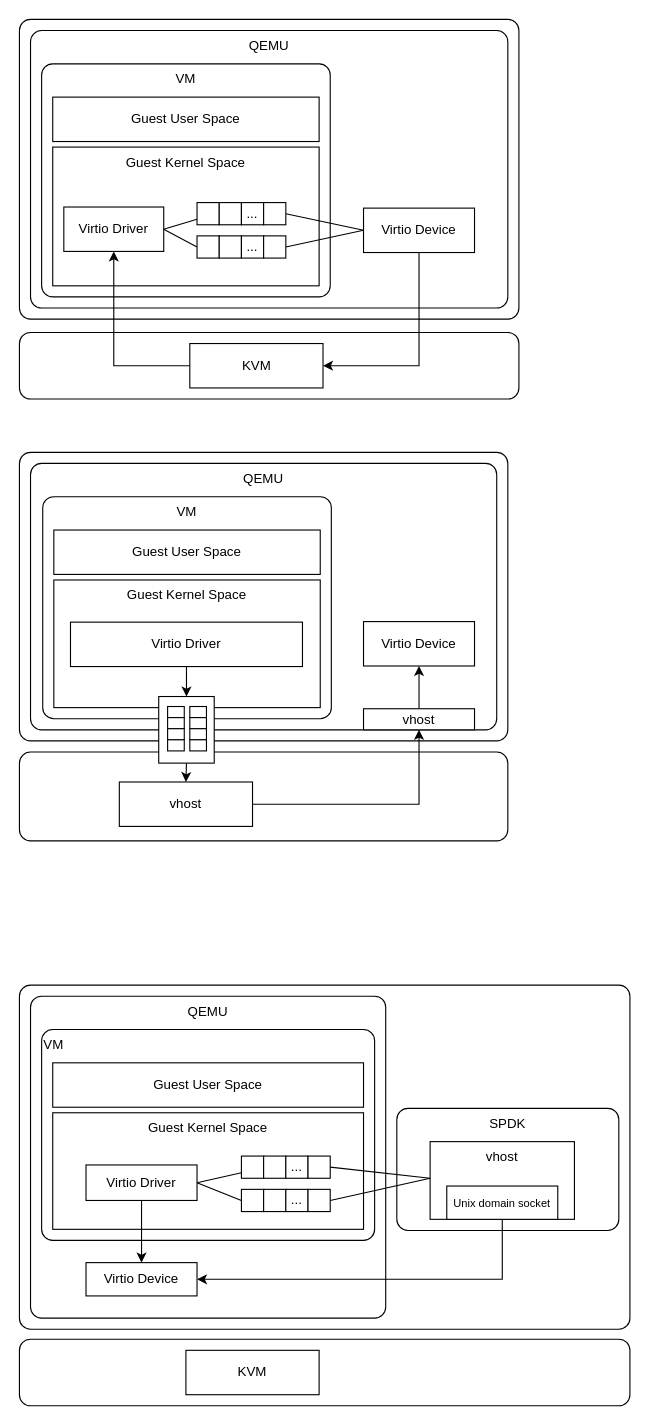
Above: page "vhost" (4 of 4) of virtio.drawio in Aspiresky/draw.io (draw.io), before the change. Source tidied: cells renumbered, new cells numbered last; positions are measured from the earlier drawing's top-left corner, leaving out a move shared by most shapes. Both pictures are drawn from the tidied source at 111%, with x=0, y=0 at pixel (19, 19).
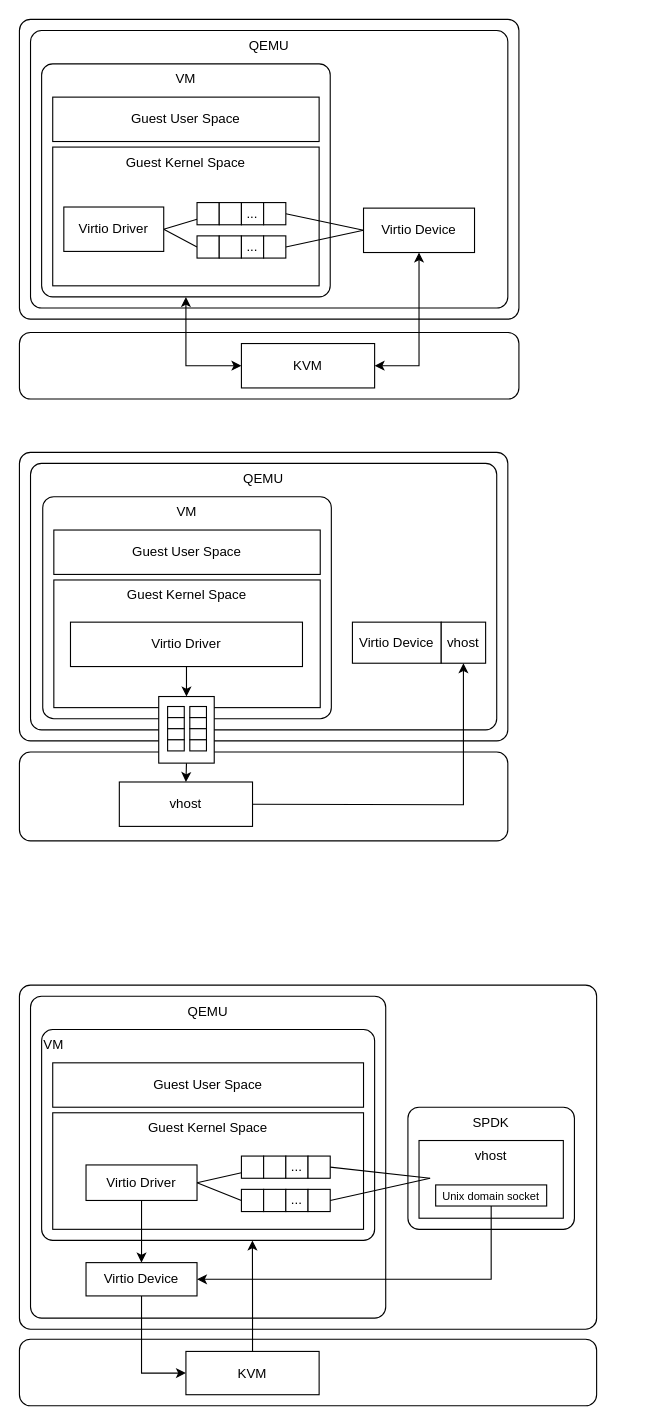
The same page after the edit.

Unchanged cells that the change refers to:
```xml
<mxCell id="6" value="VM" style="rounded=1;whiteSpace=wrap;html=1;absoluteArcSize=1;align=center;verticalAlign=top;" parent="1" vertex="1">
  <mxGeometry x="20" y="40" width="260" height="210" as="geometry" />
</mxCell>
<mxCell id="11" value="Virtio Driver" style="rounded=0;whiteSpace=wrap;html=1;align=center;" parent="1" vertex="1">
  <mxGeometry x="40" y="169" width="90" height="40" as="geometry" />
</mxCell>
<mxCell id="22" value="Virtio Device" style="rounded=0;whiteSpace=wrap;html=1;" parent="1" vertex="1">
  <mxGeometry x="310" y="170" width="100" height="40" as="geometry" />
</mxCell>
<mxCell id="29" value="VM" style="rounded=1;whiteSpace=wrap;html=1;absoluteArcSize=1;align=left;verticalAlign=top;" parent="1" vertex="1">
  <mxGeometry x="20" y="910" width="300" height="190" as="geometry" />
</mxCell>
<mxCell id="44" value="Virtio Device" style="rounded=0;whiteSpace=wrap;html=1;" parent="1" vertex="1">
  <mxGeometry x="60" y="1120" width="100" height="30" as="geometry" />
</mxCell>
<mxCell id="54" value="vhost" style="rounded=0;whiteSpace=wrap;html=1;" parent="1" vertex="1">
  <mxGeometry x="90" y="687" width="120" height="40" as="geometry" />
</mxCell>
```

The edit, as a diff of the source:
```diff
@@
     <mxCell id="2" style="rounded=1;whiteSpace=wrap;html=1;absoluteArcSize=1;" parent="1" vertex="1">
-      <mxGeometry y="1189" width="550" height="60" as="geometry" />
+      <mxGeometry y="1189" width="520" height="60" as="geometry" />
     </mxCell>
     <mxCell id="3" value="KVM" style="rounded=0;whiteSpace=wrap;html=1;" parent="1" vertex="1">
-      <mxGeometry x="150" y="1199" width="120" height="40" as="geometry" />
+      <mxGeometry x="150" y="1200" width="120" height="39" as="geometry" />
     </mxCell>
@@
-    <mxCell id="24" style="edgeStyle=orthogonalEdgeStyle;rounded=0;jettySize=auto;html=1;exitX=0;exitY=0.5;exitDx=0;exitDy=0;entryX=0.5;entryY=1;entryDx=0;entryDy=0;" parent="1" edge="1" source="25" target="11">
+    <mxCell id="24" style="edgeStyle=orthogonalEdgeStyle;rounded=0;jettySize=auto;html=1;exitX=0;exitY=0.5;exitDx=0;exitDy=0;entryX=0.5;entryY=1;entryDx=0;entryDy=0;startArrow=classic;startFill=1;" parent="1" edge="1" source="25" target="6">
       <mxGeometry relative="1" as="geometry" />
     </mxCell>
     <mxCell id="25" value="KVM" style="rounded=0;whiteSpace=wrap;html=1;" parent="1" vertex="1">
-      <mxGeometry x="153.5" y="292" width="120" height="40" as="geometry" />
+      <mxGeometry x="200" y="292" width="120" height="40" as="geometry" />
     </mxCell>
-    <mxCell id="26" style="edgeStyle=orthogonalEdgeStyle;rounded=0;jettySize=auto;html=1;exitX=0.5;exitY=1;exitDx=0;exitDy=0;entryX=1;entryY=0.5;entryDx=0;entryDy=0;" parent="1" edge="1" source="22" target="25">
+    <mxCell id="26" style="edgeStyle=orthogonalEdgeStyle;rounded=0;jettySize=auto;html=1;exitX=0.5;exitY=1;exitDx=0;exitDy=0;entryX=1;entryY=0.5;entryDx=0;entryDy=0;startArrow=classic;startFill=1;" parent="1" edge="1" source="22" target="25">
       <mxGeometry relative="1" as="geometry">
         <Array as="points">
           <mxPoint x="360" y="312" />
         </Array>
       </mxGeometry>
     </mxCell>
     <mxCell id="27" style="rounded=1;whiteSpace=wrap;html=1;absoluteArcSize=1;" parent="1" vertex="1">
-      <mxGeometry y="870" width="550" height="310" as="geometry" />
+      <mxGeometry y="870" width="520" height="310" as="geometry" />
     </mxCell>
@@
+    <mxCell id="74" style="edgeStyle=orthogonalEdgeStyle;rounded=0;jettySize=auto;html=1;exitX=0.5;exitY=1;exitDx=0;exitDy=0;entryX=0;entryY=0.5;entryDx=0;entryDy=0;" parent="1" edge="1" source="44" target="3">
+      <mxGeometry relative="1" as="geometry" />
+    </mxCell>
@@
     <mxCell id="45" value="SPDK" style="rounded=1;whiteSpace=wrap;html=1;absoluteArcSize=1;align=center;verticalAlign=top;horizontal=1;textDirection=rtl;" parent="1" vertex="1">
-      <mxGeometry x="340" y="981" width="200" height="110" as="geometry" />
+      <mxGeometry x="350" y="980" width="150" height="110" as="geometry" />
     </mxCell>
     <mxCell id="46" value="vhost" style="rounded=0;whiteSpace=wrap;html=1;verticalAlign=top;" parent="1" vertex="1">
-      <mxGeometry x="370" y="1011" width="130" height="70" as="geometry" />
+      <mxGeometry x="360" y="1010" width="130" height="70" as="geometry" />
     </mxCell>
@@
     <mxCell id="48" value="Unix domain socket" style="rounded=0;whiteSpace=wrap;html=1;fontSize=10;" parent="1" vertex="1">
-      <mxGeometry x="385" y="1051" width="100" height="30" as="geometry" />
+      <mxGeometry x="375" y="1050" width="100" height="19" as="geometry" />
     </mxCell>
@@
-    <mxCell id="53" style="edgeStyle=orthogonalEdgeStyle;rounded=0;jettySize=auto;html=1;exitX=1;exitY=0.5;exitDx=0;exitDy=0;entryX=0.5;entryY=1;entryDx=0;entryDy=0;" parent="1" edge="1" source="54" target="73">
-      <mxGeometry relative="1" as="geometry" />
-    </mxCell>
@@
     <mxCell id="61" value="Virtio Device" style="rounded=0;whiteSpace=wrap;html=1;" parent="1" vertex="1">
-      <mxGeometry x="310" y="542.5" width="100" height="40" as="geometry" />
+      <mxGeometry x="300" y="543" width="80" height="37" as="geometry" />
     </mxCell>
@@
-    <mxCell id="72" style="edgeStyle=orthogonalEdgeStyle;rounded=0;jettySize=auto;html=1;exitX=0.5;exitY=0;exitDx=0;exitDy=0;entryX=0.5;entryY=1;entryDx=0;entryDy=0;" parent="1" edge="1" source="73" target="61">
-      <mxGeometry relative="1" as="geometry" />
-    </mxCell>
     <mxCell id="73" value="vhost" style="rounded=0;whiteSpace=wrap;html=1;" parent="1" vertex="1">
-      <mxGeometry x="310" y="621" width="100" height="19" as="geometry" />
+      <mxGeometry x="380" y="543" width="40" height="37" as="geometry" />
     </mxCell>
+    <mxCell id="75" style="edgeStyle=orthogonalEdgeStyle;rounded=0;jettySize=auto;html=1;exitX=1;exitY=0.5;exitDx=0;exitDy=0;entryX=0.5;entryY=1;entryDx=0;entryDy=0;" parent="1" edge="1" target="73">
+      <mxGeometry relative="1" as="geometry">
+        <mxPoint x="210" y="707" as="sourcePoint" />
+      </mxGeometry>
+    </mxCell>
+    <mxCell id="76" style="edgeStyle=orthogonalEdgeStyle;rounded=0;jettySize=auto;html=1;entryX=0.633;entryY=1;entryDx=0;entryDy=0;entryPerimeter=0;" parent="1" edge="1" source="3" target="29">
+      <mxGeometry relative="1" as="geometry" />
+    </mxCell>
```
